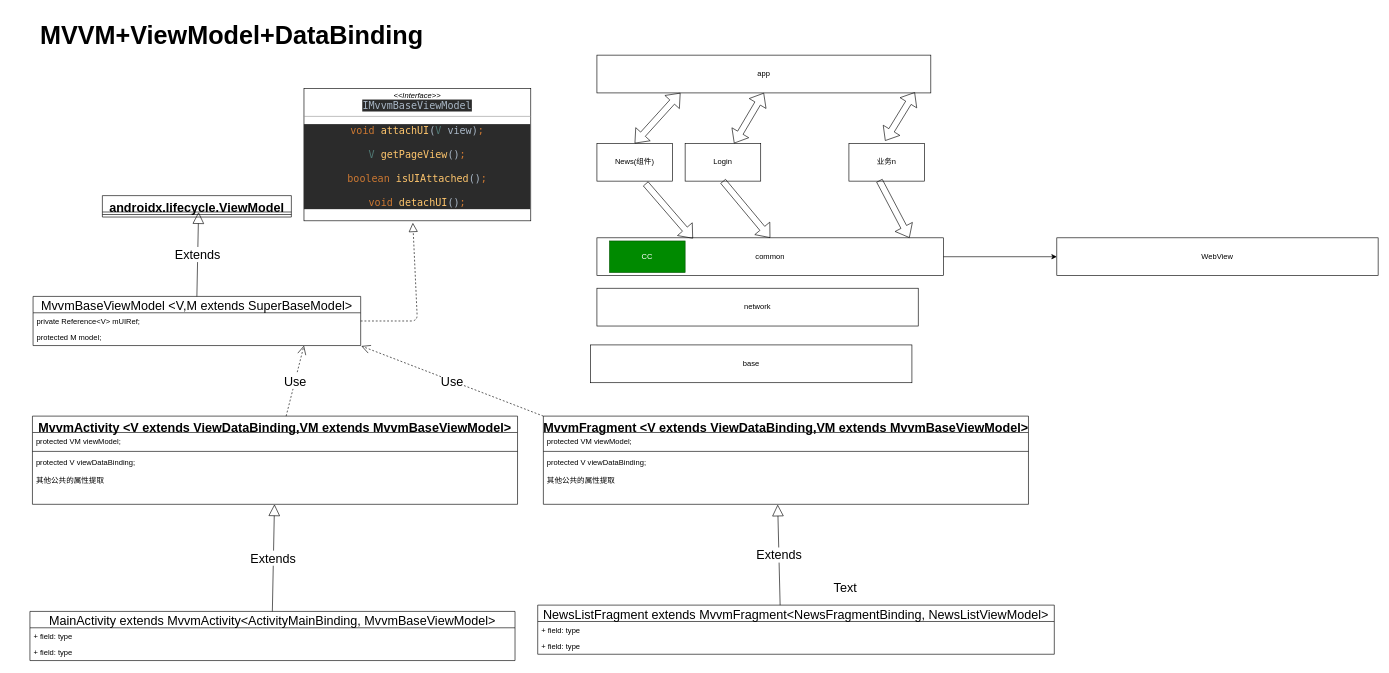
This is page "MVVM 新闻架构" (3 of 3) of docs/架构.drawio from zcwfeng/zcw_android_demo, a draw.io file, before an edit. Source tidied: cells renumbered, new cells numbered last; positions are measured from the earlier drawing's top-left corner, leaving out a move shared by most shapes. Both pictures are drawn from the tidied source at 63%, with x=0, y=0 at pixel (30, 11).
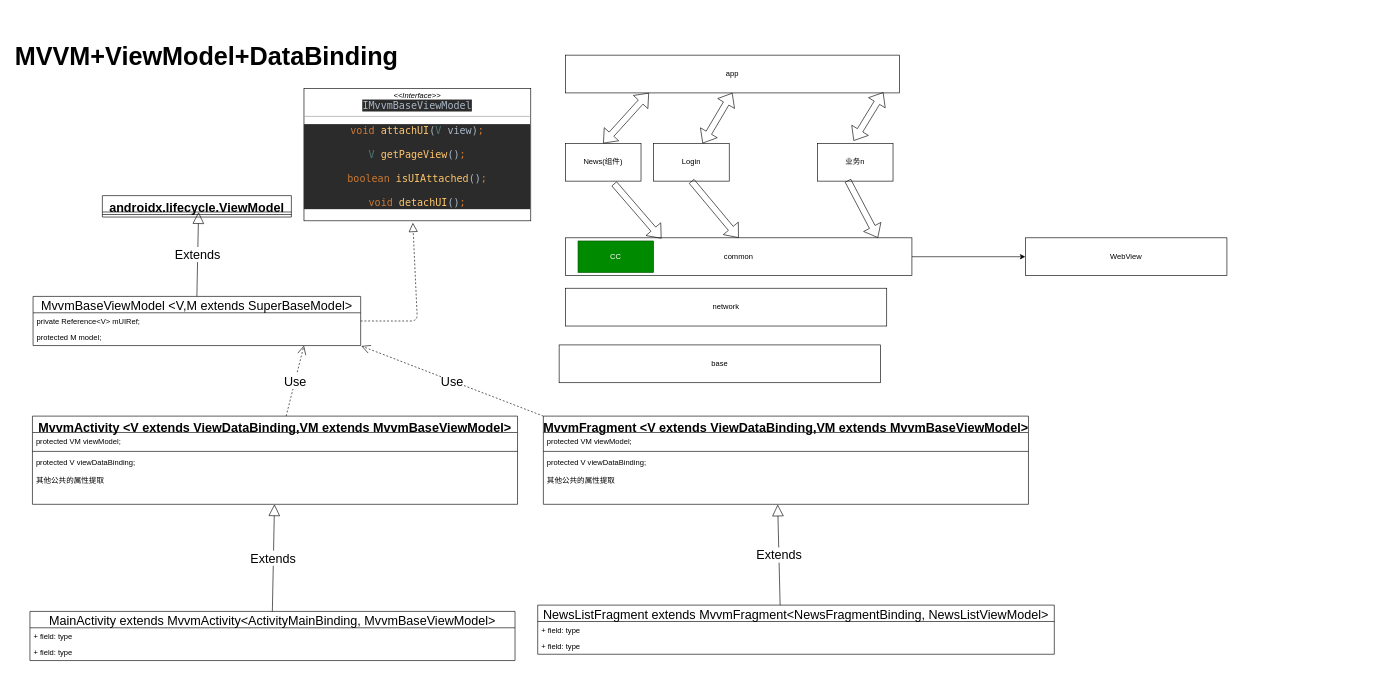
The same diagram, later.

Unchanged cells that the change refers to:
```xml
<mxCell id="22" style="group;" parent="3" vertex="1">
  <mxGeometry x="115" width="1470" height="806" as="geometry" />
</mxCell>
```

Diff of the diagram source:
```diff
@@
     <mxCell id="2" value="&lt;font style=&quot;font-size: 40px&quot;&gt;MVVM+ViewModel+DataBinding&lt;/font&gt;" style="text;html=1;align=center;verticalAlign=middle;fontStyle=1;fontFamily=Helvetica;fontSize=50;" parent="1" vertex="1">
-      <mxGeometry x="10" width="620" height="70" as="geometry" />
+      <mxGeometry x="-30" y="33" width="620" height="70" as="geometry" />
     </mxCell>
@@
-    <mxCell id="33" value="Text" style="text;html=1;align=center;verticalAlign=middle;fontSize=20;fontFamily=Helvetica;" parent="22" vertex="1">
-      <mxGeometry x="1154" y="776" width="50" height="30" as="geometry" />
-    </mxCell>
@@
     <mxCell id="36" style="group;" parent="1" vertex="1">
-      <mxGeometry x="890" y="70" width="1250" height="520" as="geometry" />
+      <mxGeometry x="840" y="70" width="1250" height="520" as="geometry" />
     </mxCell>
@@
     <mxCell id="51" value="WebView" style="rounded=0;whiteSpace=wrap;html=1;" parent="36" vertex="1">
-      <mxGeometry x="740" y="290" width="510" height="60" as="geometry" />
+      <mxGeometry x="740" y="290" width="320" height="60" as="geometry" />
     </mxCell>
```
